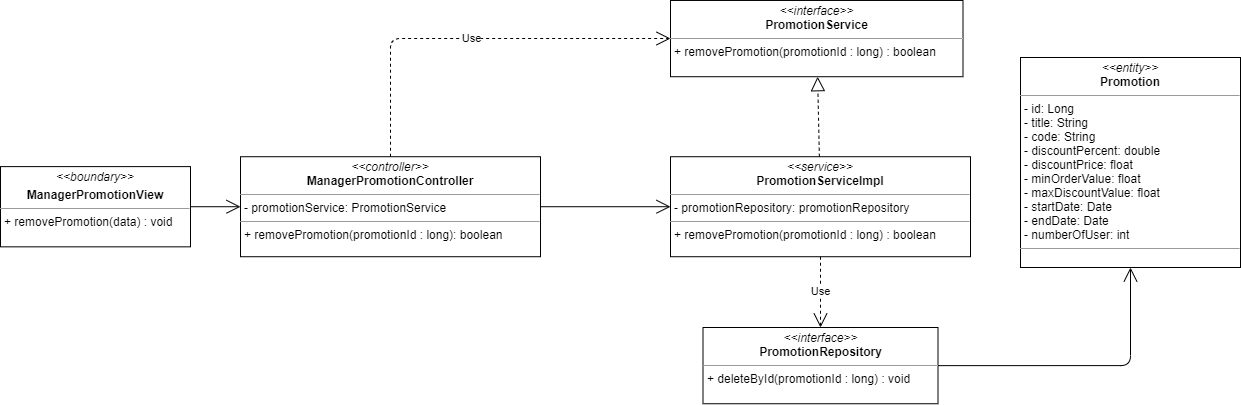
Above: image-class/remove-promotion-class-diagram.png in nguyenphamvan/datn_20202 (draw.io), before the change. Source tidied: cells renumbered, new cells last; positions are measured from the earlier drawing's top-left corner, leaving out a move shared by most shapes. The source it was exported from:
```xml
<mxGraphModel>
  <root>
    <mxCell id="0" />
    <mxCell id="1" parent="0" />
    <mxCell id="2" value="&lt;p style=&quot;margin: 0px ; margin-top: 4px ; text-align: center&quot;&gt;&lt;i&gt;&amp;lt;&amp;lt;boundary&amp;gt;&amp;gt;&lt;/i&gt;&lt;/p&gt;&lt;p style=&quot;margin: 0px ; margin-top: 4px ; text-align: center&quot;&gt;&lt;b&gt;ManagerPromotionView&lt;/b&gt;&lt;/p&gt;&lt;hr size=&quot;1&quot;&gt;&lt;p style=&quot;margin: 0px ; margin-left: 4px&quot;&gt;&lt;span&gt;+ removePromotion(data) : void&lt;/span&gt;&lt;br&gt;&lt;/p&gt;" style="verticalAlign=top;align=left;overflow=fill;fontSize=12;fontFamily=Helvetica;html=1;" parent="1" vertex="1">
      <mxGeometry y="166.1" width="190" height="80.2" as="geometry" />
    </mxCell>
    <mxCell id="3" style="endArrow=open;endFill=1;endSize=12;html=1;entryX=0;entryY=0.5;entryDx=0;entryDy=0;exitX=1;exitY=0.5;exitDx=0;exitDy=0;" parent="1" edge="1" source="2" target="7">
      <mxGeometry relative="1" as="geometry" />
    </mxCell>
    <mxCell id="4" style="endArrow=open;endFill=1;endSize=12;html=1;exitX=1;exitY=0.5;exitDx=0;exitDy=0;edgeStyle=orthogonalEdgeStyle;" parent="1" edge="1" source="5" target="13">
      <mxGeometry relative="1" as="geometry" />
    </mxCell>
    <mxCell id="5" value="&lt;p style=&quot;margin: 0px ; margin-top: 4px ; text-align: center&quot;&gt;&lt;i&gt;&amp;lt;&amp;lt;interface&amp;gt;&amp;gt;&lt;/i&gt;&lt;br&gt;&lt;b&gt;PromotionRepository&lt;/b&gt;&lt;/p&gt;&lt;hr size=&quot;1&quot;&gt;&lt;p style=&quot;margin: 0px ; margin-left: 4px&quot;&gt;+ deleteById(promotionId : long) : void&lt;/p&gt;" style="verticalAlign=top;align=left;overflow=fill;fontSize=12;fontFamily=Helvetica;html=1;" parent="1" vertex="1">
      <mxGeometry x="702.5" y="327" width="235" height="76.2" as="geometry" />
    </mxCell>
    <mxCell id="6" value="&lt;p style=&quot;margin: 0px ; margin-top: 4px ; text-align: center&quot;&gt;&lt;i&gt;&amp;lt;&amp;lt;interface&amp;gt;&amp;gt;&lt;/i&gt;&lt;br&gt;&lt;b&gt;PromotionService&lt;/b&gt;&lt;/p&gt;&lt;hr size=&quot;1&quot;&gt;&lt;p style=&quot;margin: 0px ; margin-left: 4px&quot;&gt;+ removePromotion(promotionId : long) : boolean&lt;/p&gt;" style="verticalAlign=top;align=left;overflow=fill;fontSize=12;fontFamily=Helvetica;html=1;" parent="1" vertex="1">
      <mxGeometry x="670" width="292.5" height="76.2" as="geometry" />
    </mxCell>
    <mxCell id="7" value="&lt;p style=&quot;margin: 0px ; margin-top: 4px ; text-align: center&quot;&gt;&lt;i&gt;&amp;lt;&amp;lt;controller&amp;gt;&amp;gt;&lt;/i&gt;&lt;br&gt;&lt;b&gt;ManagerPromotionController&lt;/b&gt;&lt;br&gt;&lt;/p&gt;&lt;hr size=&quot;1&quot;&gt;&lt;p style=&quot;margin: 0px ; margin-left: 4px&quot;&gt;- promotionService: PromotionService&lt;br&gt;&lt;/p&gt;&lt;hr size=&quot;1&quot;&gt;&lt;p style=&quot;margin: 0px ; margin-left: 4px&quot;&gt;+ removePromotion(promotionId : long): boolean&lt;br&gt;&lt;/p&gt;" style="verticalAlign=top;align=left;overflow=fill;fontSize=12;fontFamily=Helvetica;html=1;" parent="1" vertex="1">
      <mxGeometry x="240" y="156.2" width="300" height="100" as="geometry" />
    </mxCell>
    <mxCell id="8" value="&lt;p style=&quot;margin: 0px ; margin-top: 4px ; text-align: center&quot;&gt;&lt;i&gt;&amp;lt;&amp;lt;service&amp;gt;&amp;gt;&lt;/i&gt;&lt;br&gt;&lt;b&gt;PromotionServiceImpl&lt;/b&gt;&lt;/p&gt;&lt;hr size=&quot;1&quot;&gt;&lt;p style=&quot;margin: 0px ; margin-left: 4px&quot;&gt;- promotionRepository: promotionRepository&lt;br&gt;&lt;/p&gt;&lt;hr size=&quot;1&quot;&gt;&lt;p style=&quot;margin: 0px ; margin-left: 4px&quot;&gt;+ removePromotion(promotionId : long) : boolean&lt;br&gt;&lt;/p&gt;" style="verticalAlign=top;align=left;overflow=fill;fontSize=12;fontFamily=Helvetica;html=1;" parent="1" vertex="1">
      <mxGeometry x="670" y="156.2" width="300" height="100" as="geometry" />
    </mxCell>
    <mxCell id="9" value="Use" style="endArrow=open;endSize=12;dashed=1;html=1;edgeStyle=orthogonalEdgeStyle;exitX=0.5;exitY=0;exitDx=0;exitDy=0;" parent="1" edge="1" source="7" target="6">
      <mxGeometry relative="1" as="geometry">
        <Array as="points">
          <mxPoint x="390" y="38" />
        </Array>
      </mxGeometry>
    </mxCell>
    <mxCell id="10" style="endArrow=block;dashed=1;endFill=0;endSize=12;html=1;" parent="1" edge="1" source="8" target="6">
      <mxGeometry relative="1" as="geometry" />
    </mxCell>
    <mxCell id="11" value="Use" style="endArrow=open;endSize=12;dashed=1;html=1;" parent="1" edge="1" source="8" target="5">
      <mxGeometry relative="1" as="geometry" />
    </mxCell>
    <mxCell id="12" style="endArrow=open;endFill=1;endSize=12;html=1;" parent="1" edge="1" source="7" target="8">
      <mxGeometry relative="1" as="geometry" />
    </mxCell>
    <mxCell id="13" value="&lt;p style=&quot;margin: 0px ; margin-top: 4px ; text-align: center&quot;&gt;&lt;i&gt;&amp;lt;&amp;lt;entity&amp;gt;&amp;gt;&lt;/i&gt;&lt;br&gt;&lt;b&gt;Promotion&lt;/b&gt;&lt;/p&gt;&lt;hr size=&quot;1&quot;&gt;&lt;p style=&quot;margin: 0px ; margin-left: 4px&quot;&gt;- id: Long&lt;/p&gt;&lt;p style=&quot;margin: 0px 0px 0px 4px&quot;&gt;- title: String&lt;br&gt;- code: String&lt;/p&gt;&lt;p style=&quot;margin: 0px 0px 0px 4px&quot;&gt;- discountPercent: double&lt;/p&gt;&lt;p style=&quot;margin: 0px 0px 0px 4px&quot;&gt;- discountPrice: float&lt;/p&gt;&lt;p style=&quot;margin: 0px 0px 0px 4px&quot;&gt;- minOrderValue: float&lt;/p&gt;&lt;p style=&quot;margin: 0px 0px 0px 4px&quot;&gt;- maxDiscountValue: float&lt;/p&gt;&lt;p style=&quot;margin: 0px 0px 0px 4px&quot;&gt;- startDate: Date&lt;/p&gt;&lt;p style=&quot;margin: 0px 0px 0px 4px&quot;&gt;- endDate: Date&lt;/p&gt;&lt;p style=&quot;margin: 0px 0px 0px 4px&quot;&gt;- numberOfUser: int&lt;span&gt;&amp;nbsp;&lt;/span&gt;&lt;/p&gt;&lt;hr size=&quot;1&quot;&gt;&lt;p style=&quot;margin: 0px ; margin-left: 4px&quot;&gt;&lt;br&gt;&lt;/p&gt;" style="verticalAlign=top;align=left;overflow=fill;fontSize=12;fontFamily=Helvetica;html=1;" parent="1" vertex="1">
      <mxGeometry x="1020" y="57" width="220" height="210" as="geometry" />
    </mxCell>
  </root>
</mxGraphModel>
```
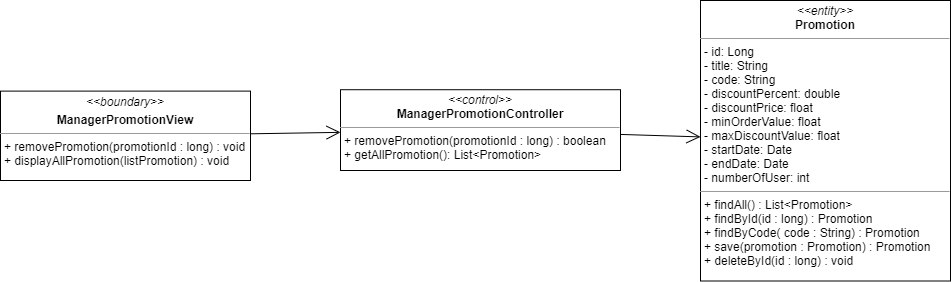
The same file after the commit.

Diff of the diagram source:
```diff
@@ -2,45 +2,20 @@
   <root>
     <mxCell id="0" />
     <mxCell id="1" parent="0" />
-    <mxCell id="2" value="&lt;p style=&quot;margin: 0px ; margin-top: 4px ; text-align: center&quot;&gt;&lt;i&gt;&amp;lt;&amp;lt;boundary&amp;gt;&amp;gt;&lt;/i&gt;&lt;/p&gt;&lt;p style=&quot;margin: 0px ; margin-top: 4px ; text-align: center&quot;&gt;&lt;b&gt;ManagerPromotionView&lt;/b&gt;&lt;/p&gt;&lt;hr size=&quot;1&quot;&gt;&lt;p style=&quot;margin: 0px ; margin-left: 4px&quot;&gt;&lt;span&gt;+ removePromotion(data) : void&lt;/span&gt;&lt;br&gt;&lt;/p&gt;" style="verticalAlign=top;align=left;overflow=fill;fontSize=12;fontFamily=Helvetica;html=1;" parent="1" vertex="1">
-      <mxGeometry y="166.1" width="190" height="80.2" as="geometry" />
-    </mxCell>
-    <mxCell id="3" style="endArrow=open;endFill=1;endSize=12;html=1;entryX=0;entryY=0.5;entryDx=0;entryDy=0;exitX=1;exitY=0.5;exitDx=0;exitDy=0;" parent="1" edge="1" source="2" target="7">
-      <mxGeometry relative="1" as="geometry" />
-    </mxCell>
-    <mxCell id="4" style="endArrow=open;endFill=1;endSize=12;html=1;exitX=1;exitY=0.5;exitDx=0;exitDy=0;edgeStyle=orthogonalEdgeStyle;" parent="1" edge="1" source="5" target="13">
-      <mxGeometry relative="1" as="geometry" />
-    </mxCell>
-    <mxCell id="5" value="&lt;p style=&quot;margin: 0px ; margin-top: 4px ; text-align: center&quot;&gt;&lt;i&gt;&amp;lt;&amp;lt;interface&amp;gt;&amp;gt;&lt;/i&gt;&lt;br&gt;&lt;b&gt;PromotionRepository&lt;/b&gt;&lt;/p&gt;&lt;hr size=&quot;1&quot;&gt;&lt;p style=&quot;margin: 0px ; margin-left: 4px&quot;&gt;+ deleteById(promotionId : long) : void&lt;/p&gt;" style="verticalAlign=top;align=left;overflow=fill;fontSize=12;fontFamily=Helvetica;html=1;" parent="1" vertex="1">
-      <mxGeometry x="702.5" y="327" width="235" height="76.2" as="geometry" />
-    </mxCell>
-    <mxCell id="6" value="&lt;p style=&quot;margin: 0px ; margin-top: 4px ; text-align: center&quot;&gt;&lt;i&gt;&amp;lt;&amp;lt;interface&amp;gt;&amp;gt;&lt;/i&gt;&lt;br&gt;&lt;b&gt;PromotionService&lt;/b&gt;&lt;/p&gt;&lt;hr size=&quot;1&quot;&gt;&lt;p style=&quot;margin: 0px ; margin-left: 4px&quot;&gt;+ removePromotion(promotionId : long) : boolean&lt;/p&gt;" style="verticalAlign=top;align=left;overflow=fill;fontSize=12;fontFamily=Helvetica;html=1;" parent="1" vertex="1">
-      <mxGeometry x="670" width="292.5" height="76.2" as="geometry" />
-    </mxCell>
-    <mxCell id="7" value="&lt;p style=&quot;margin: 0px ; margin-top: 4px ; text-align: center&quot;&gt;&lt;i&gt;&amp;lt;&amp;lt;controller&amp;gt;&amp;gt;&lt;/i&gt;&lt;br&gt;&lt;b&gt;ManagerPromotionController&lt;/b&gt;&lt;br&gt;&lt;/p&gt;&lt;hr size=&quot;1&quot;&gt;&lt;p style=&quot;margin: 0px ; margin-left: 4px&quot;&gt;- promotionService: PromotionService&lt;br&gt;&lt;/p&gt;&lt;hr size=&quot;1&quot;&gt;&lt;p style=&quot;margin: 0px ; margin-left: 4px&quot;&gt;+ removePromotion(promotionId : long): boolean&lt;br&gt;&lt;/p&gt;" style="verticalAlign=top;align=left;overflow=fill;fontSize=12;fontFamily=Helvetica;html=1;" parent="1" vertex="1">
-      <mxGeometry x="240" y="156.2" width="300" height="100" as="geometry" />
-    </mxCell>
-    <mxCell id="8" value="&lt;p style=&quot;margin: 0px ; margin-top: 4px ; text-align: center&quot;&gt;&lt;i&gt;&amp;lt;&amp;lt;service&amp;gt;&amp;gt;&lt;/i&gt;&lt;br&gt;&lt;b&gt;PromotionServiceImpl&lt;/b&gt;&lt;/p&gt;&lt;hr size=&quot;1&quot;&gt;&lt;p style=&quot;margin: 0px ; margin-left: 4px&quot;&gt;- promotionRepository: promotionRepository&lt;br&gt;&lt;/p&gt;&lt;hr size=&quot;1&quot;&gt;&lt;p style=&quot;margin: 0px ; margin-left: 4px&quot;&gt;+ removePromotion(promotionId : long) : boolean&lt;br&gt;&lt;/p&gt;" style="verticalAlign=top;align=left;overflow=fill;fontSize=12;fontFamily=Helvetica;html=1;" parent="1" vertex="1">
-      <mxGeometry x="670" y="156.2" width="300" height="100" as="geometry" />
-    </mxCell>
-    <mxCell id="9" value="Use" style="endArrow=open;endSize=12;dashed=1;html=1;edgeStyle=orthogonalEdgeStyle;exitX=0.5;exitY=0;exitDx=0;exitDy=0;" parent="1" edge="1" source="7" target="6">
-      <mxGeometry relative="1" as="geometry">
-        <Array as="points">
-          <mxPoint x="390" y="38" />
-        </Array>
-      </mxGeometry>
-    </mxCell>
-    <mxCell id="10" style="endArrow=block;dashed=1;endFill=0;endSize=12;html=1;" parent="1" edge="1" source="8" target="6">
-      <mxGeometry relative="1" as="geometry" />
-    </mxCell>
-    <mxCell id="11" value="Use" style="endArrow=open;endSize=12;dashed=1;html=1;" parent="1" edge="1" source="8" target="5">
-      <mxGeometry relative="1" as="geometry" />
-    </mxCell>
-    <mxCell id="12" style="endArrow=open;endFill=1;endSize=12;html=1;" parent="1" edge="1" source="7" target="8">
-      <mxGeometry relative="1" as="geometry" />
-    </mxCell>
-    <mxCell id="13" value="&lt;p style=&quot;margin: 0px ; margin-top: 4px ; text-align: center&quot;&gt;&lt;i&gt;&amp;lt;&amp;lt;entity&amp;gt;&amp;gt;&lt;/i&gt;&lt;br&gt;&lt;b&gt;Promotion&lt;/b&gt;&lt;/p&gt;&lt;hr size=&quot;1&quot;&gt;&lt;p style=&quot;margin: 0px ; margin-left: 4px&quot;&gt;- id: Long&lt;/p&gt;&lt;p style=&quot;margin: 0px 0px 0px 4px&quot;&gt;- title: String&lt;br&gt;- code: String&lt;/p&gt;&lt;p style=&quot;margin: 0px 0px 0px 4px&quot;&gt;- discountPercent: double&lt;/p&gt;&lt;p style=&quot;margin: 0px 0px 0px 4px&quot;&gt;- discountPrice: float&lt;/p&gt;&lt;p style=&quot;margin: 0px 0px 0px 4px&quot;&gt;- minOrderValue: float&lt;/p&gt;&lt;p style=&quot;margin: 0px 0px 0px 4px&quot;&gt;- maxDiscountValue: float&lt;/p&gt;&lt;p style=&quot;margin: 0px 0px 0px 4px&quot;&gt;- startDate: Date&lt;/p&gt;&lt;p style=&quot;margin: 0px 0px 0px 4px&quot;&gt;- endDate: Date&lt;/p&gt;&lt;p style=&quot;margin: 0px 0px 0px 4px&quot;&gt;- numberOfUser: int&lt;span&gt;&amp;nbsp;&lt;/span&gt;&lt;/p&gt;&lt;hr size=&quot;1&quot;&gt;&lt;p style=&quot;margin: 0px ; margin-left: 4px&quot;&gt;&lt;br&gt;&lt;/p&gt;" style="verticalAlign=top;align=left;overflow=fill;fontSize=12;fontFamily=Helvetica;html=1;" parent="1" vertex="1">
-      <mxGeometry x="1020" y="57" width="220" height="210" as="geometry" />
-    </mxCell>
+    <mxCell id="14" value="&lt;p style=&quot;margin: 0px ; margin-top: 4px ; text-align: center&quot;&gt;&lt;i&gt;&amp;lt;&amp;lt;control&amp;gt;&amp;gt;&lt;/i&gt;&lt;br&gt;&lt;b&gt;ManagerPromotionController&lt;/b&gt;&lt;/p&gt;&lt;hr size=&quot;1&quot;&gt;&lt;p style=&quot;margin: 0px ; margin-left: 4px&quot;&gt;+ removePromotion(promotionId : long) : boolean&lt;br&gt;&lt;/p&gt;&lt;p style=&quot;margin: 0px ; margin-left: 4px&quot;&gt;+ getAllPromotion(): List&amp;lt;Promotion&amp;gt;&lt;br&gt;&lt;/p&gt;" style="verticalAlign=top;align=left;overflow=fill;fontSize=12;fontFamily=Helvetica;html=1;" parent="1" vertex="1">
+      <mxGeometry x="400" y="186.2" width="280" height="80.8" as="geometry" />
+    </mxCell>
+    <mxCell id="15" style="endArrow=open;endFill=1;endSize=12;html=1;" parent="1" edge="1" source="14" target="16">
+      <mxGeometry relative="1" as="geometry" />
+    </mxCell>
+    <mxCell id="16" value="&lt;p style=&quot;margin: 0px ; margin-top: 4px ; text-align: center&quot;&gt;&lt;i&gt;&amp;lt;&amp;lt;entity&amp;gt;&amp;gt;&lt;/i&gt;&lt;br&gt;&lt;b&gt;Promotion&lt;/b&gt;&lt;/p&gt;&lt;hr size=&quot;1&quot;&gt;&lt;p style=&quot;margin: 0px ; margin-left: 4px&quot;&gt;- id: Long&lt;/p&gt;&lt;p style=&quot;margin: 0px 0px 0px 4px&quot;&gt;- title: String&lt;br&gt;- code: String&lt;/p&gt;&lt;p style=&quot;margin: 0px 0px 0px 4px&quot;&gt;- discountPercent: double&lt;/p&gt;&lt;p style=&quot;margin: 0px 0px 0px 4px&quot;&gt;- discountPrice: float&lt;/p&gt;&lt;p style=&quot;margin: 0px 0px 0px 4px&quot;&gt;- minOrderValue: float&lt;/p&gt;&lt;p style=&quot;margin: 0px 0px 0px 4px&quot;&gt;- maxDiscountValue: float&lt;/p&gt;&lt;p style=&quot;margin: 0px 0px 0px 4px&quot;&gt;- startDate: Date&lt;/p&gt;&lt;p style=&quot;margin: 0px 0px 0px 4px&quot;&gt;- endDate: Date&lt;/p&gt;&lt;p style=&quot;margin: 0px 0px 0px 4px&quot;&gt;- numberOfUser: int&lt;span&gt;&amp;nbsp;&lt;/span&gt;&lt;/p&gt;&lt;hr size=&quot;1&quot;&gt;&lt;p style=&quot;margin: 0px 0px 0px 4px&quot;&gt;+ findAll() : List&amp;lt;Promotion&amp;gt;&lt;/p&gt;&lt;p style=&quot;margin: 0px 0px 0px 4px&quot;&gt;+ findById(id : long) : Promotion&lt;/p&gt;&lt;p style=&quot;margin: 0px 0px 0px 4px&quot;&gt;+ findByCode( code : String) : Promotion&lt;/p&gt;&lt;p style=&quot;margin: 0px 0px 0px 4px&quot;&gt;+ save(promotion : Promotion) : Promotion&lt;/p&gt;&lt;p style=&quot;margin: 0px 0px 0px 4px&quot;&gt;+ deleteById(id : long) : void&lt;/p&gt;" style="verticalAlign=top;align=left;overflow=fill;fontSize=12;fontFamily=Helvetica;html=1;" parent="1" vertex="1">
+      <mxGeometry x="760" y="97" width="250" height="280.5" as="geometry" />
+    </mxCell>
+    <mxCell id="17" value="&lt;p style=&quot;margin: 0px ; margin-top: 4px ; text-align: center&quot;&gt;&lt;i&gt;&amp;lt;&amp;lt;boundary&amp;gt;&amp;gt;&lt;/i&gt;&lt;/p&gt;&lt;p style=&quot;margin: 0px ; margin-top: 4px ; text-align: center&quot;&gt;&lt;b&gt;ManagerPromotionView&lt;/b&gt;&lt;/p&gt;&lt;hr size=&quot;1&quot;&gt;&lt;p style=&quot;margin: 0px ; margin-left: 4px&quot;&gt;&lt;span&gt;+ removePromotion(promotionId : long) : void&lt;/span&gt;&lt;/p&gt;&lt;p style=&quot;margin: 0px ; margin-left: 4px&quot;&gt;+ displayAllPromotion(listPromotion) : void&lt;span&gt;&lt;br&gt;&lt;/span&gt;&lt;/p&gt;" style="verticalAlign=top;align=left;overflow=fill;fontSize=12;fontFamily=Helvetica;html=1;" parent="1" vertex="1">
+      <mxGeometry x="60" y="187.6" width="250" height="89.4" as="geometry" />
+    </mxCell>
+    <mxCell id="18" style="endArrow=open;endFill=1;endSize=12;html=1;" parent="1" edge="1" source="17" target="14">
+      <mxGeometry relative="1" as="geometry" />
+    </mxCell>
   </root>
 </mxGraphModel>
```
